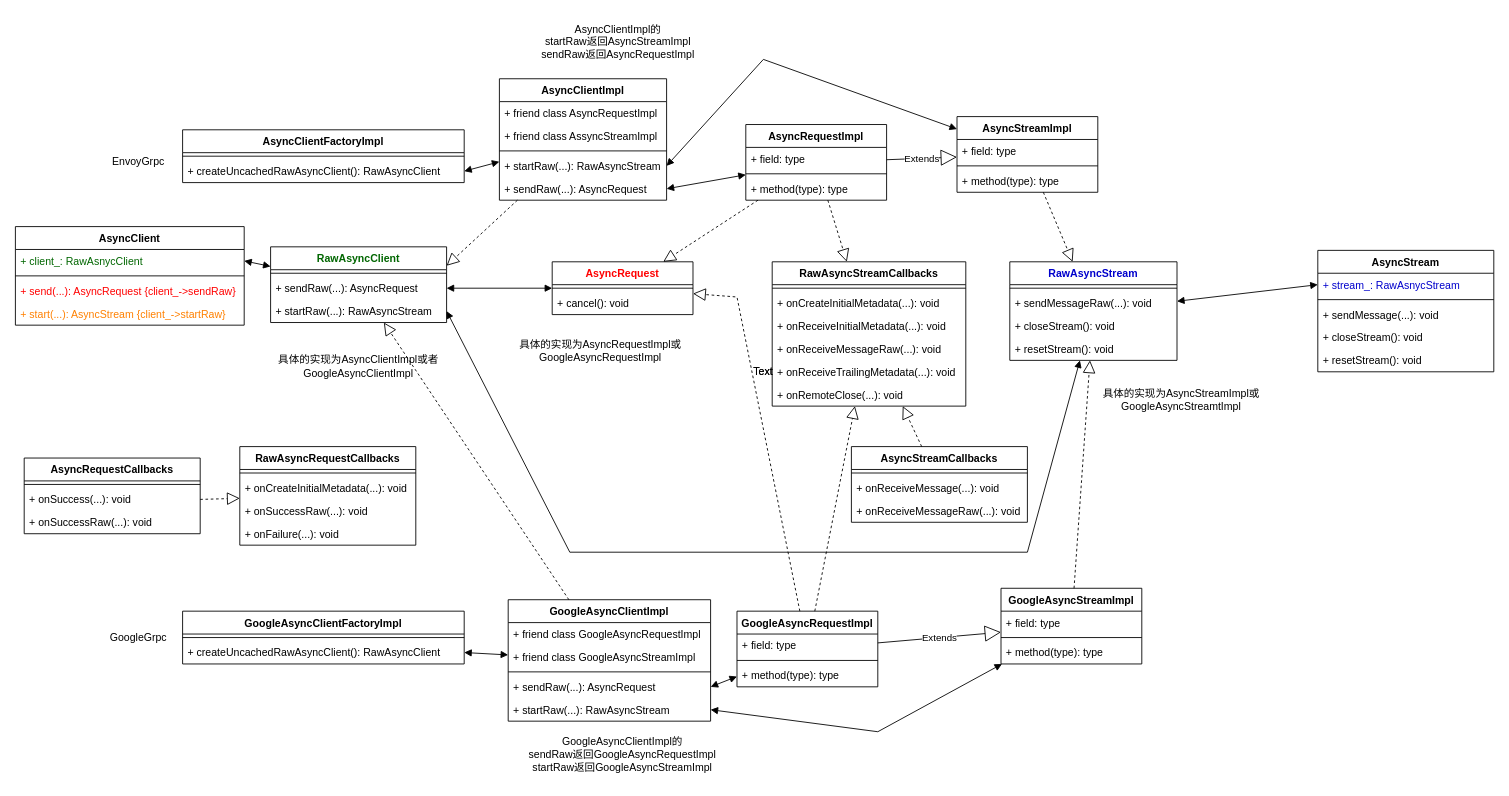
Earlier version of the draw.io diagram envoy grpc code reading.drawio (LuyaoZhong/Figures). Source tidied: cells renumbered, new cells numbered last; positions are measured from the earlier drawing's top-left corner, leaving out a move shared by most shapes. Both pictures are drawn from the tidied source at 88%, with x=0, y=0 at pixel (15, 15).
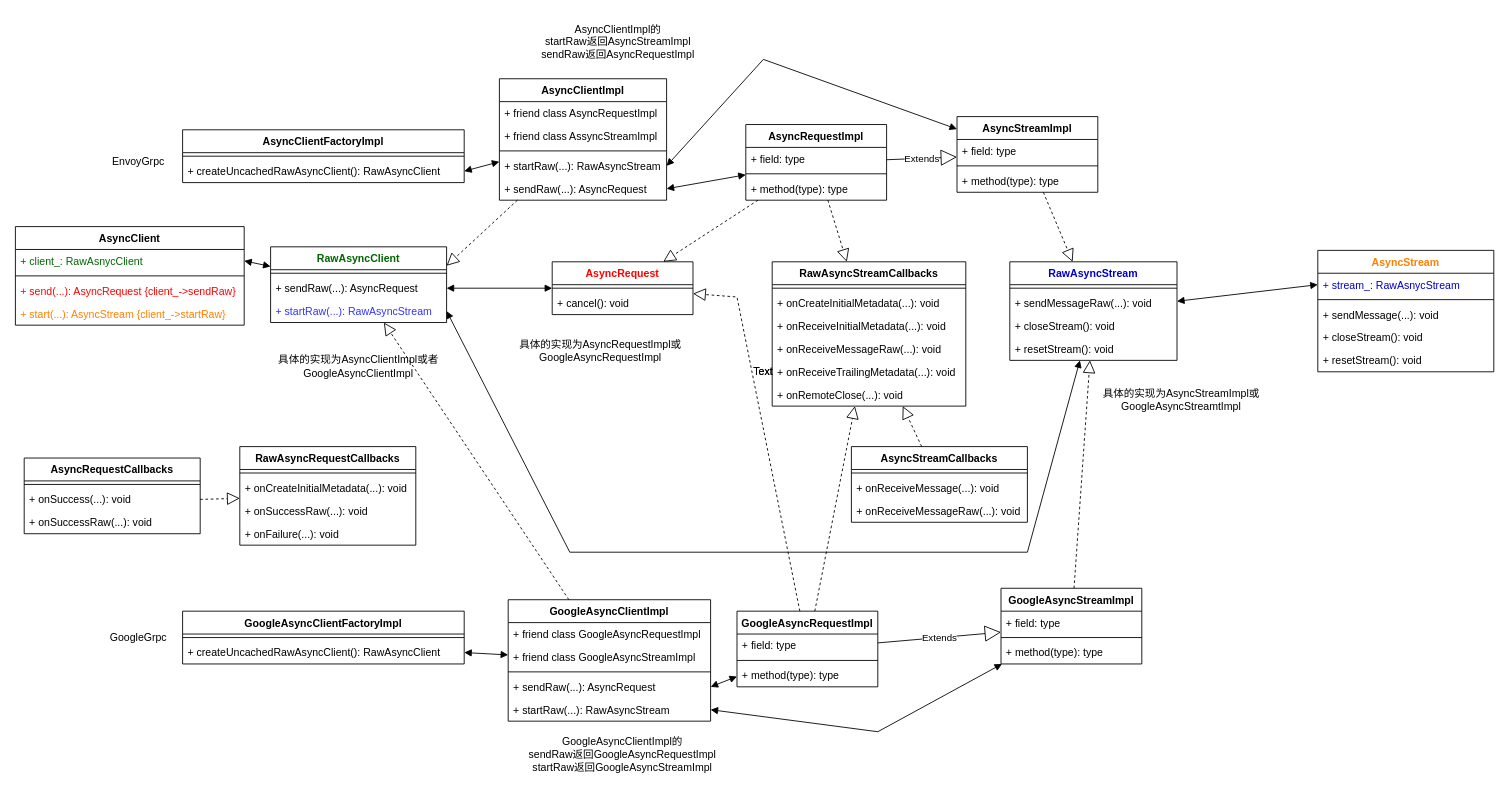
The same page after the edit.

The change refers to these unchanged cells:
```xml
<mxCell id="22" value="RawAsyncClient" style="swimlane;fontStyle=1;align=center;verticalAlign=top;horizontal=1;startSize=26;fontColor=#006600;" parent="1" vertex="1">
  <mxGeometry x="290" y="263" width="200" height="86" as="geometry" />
</mxCell>
```

What changed in the source:
```diff
@@
-    <mxCell id="25" value="+ startRaw(...): RawAsyncStream" style="text;strokeColor=none;fillColor=none;align=left;verticalAlign=top;spacingLeft=4;spacingRight=4;overflow=hidden;points=[[0,0.5],[1,0.5]];portConstraint=eastwest;" parent="22" vertex="1">
+    <mxCell id="25" value="+ startRaw(...): RawAsyncStream" style="text;strokeColor=none;fillColor=none;align=left;verticalAlign=top;spacingLeft=4;spacingRight=4;overflow=hidden;points=[[0,0.5],[1,0.5]];portConstraint=eastwest;fontColor=#3333FF;" parent="22" vertex="1">
       <mxGeometry y="60" width="200" height="26" as="geometry" />
     </mxCell>
@@
-    <mxCell id="94" value="AsyncStream" style="swimlane;fontStyle=1;align=center;verticalAlign=top;horizontal=1;startSize=26;" parent="1" vertex="1">
+    <mxCell id="94" value="AsyncStream" style="swimlane;fontStyle=1;align=center;verticalAlign=top;horizontal=1;startSize=26;fontColor=#FF8000;" parent="1" vertex="1">
       <mxGeometry x="1480" y="267" width="200" height="138" as="geometry" />
     </mxCell>
```
